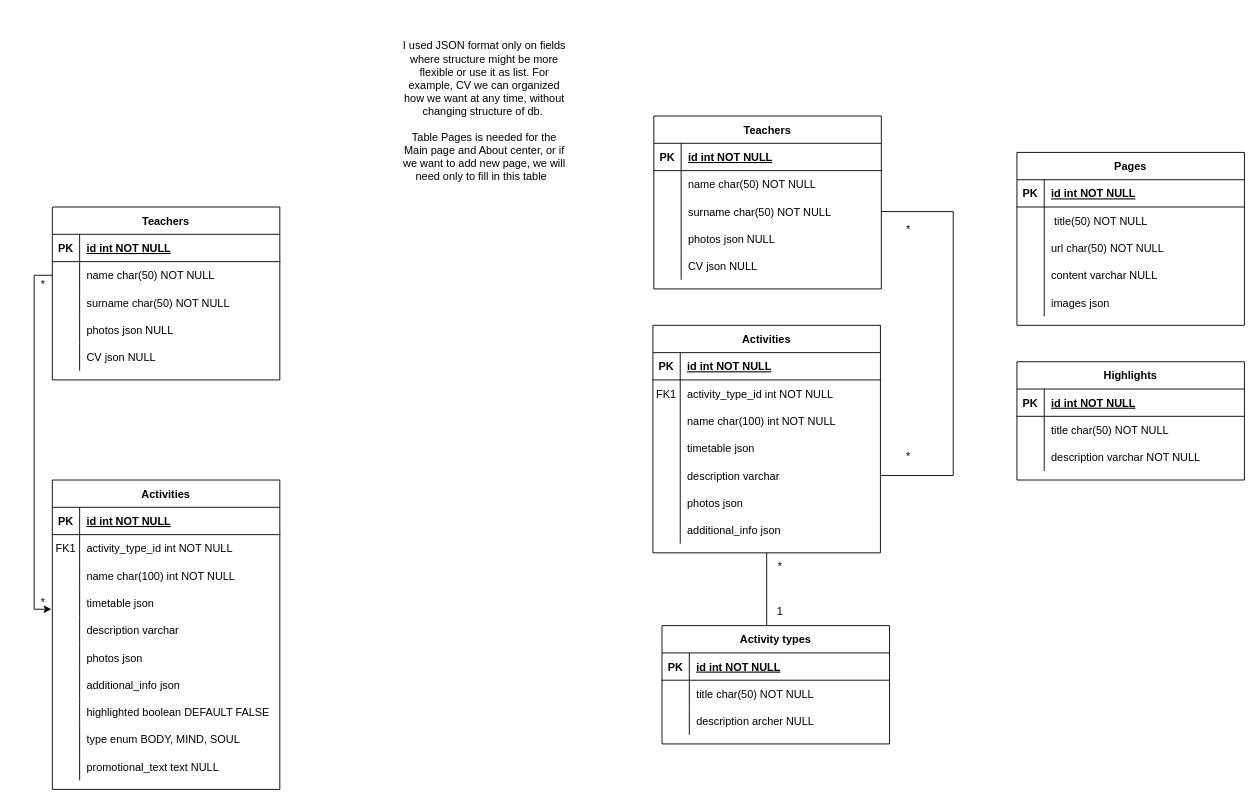
Before: Updated ERD.drawio in NakatoTeshika/Hypermedia-ERD, a draw.io diagram. Source tidied: cells renumbered, new cells numbered last; positions are measured from the earlier drawing's top-left corner, leaving out a move shared by most shapes. Both pictures are drawn from the tidied source at 91%, with x=0, y=0 at pixel (15, 15).
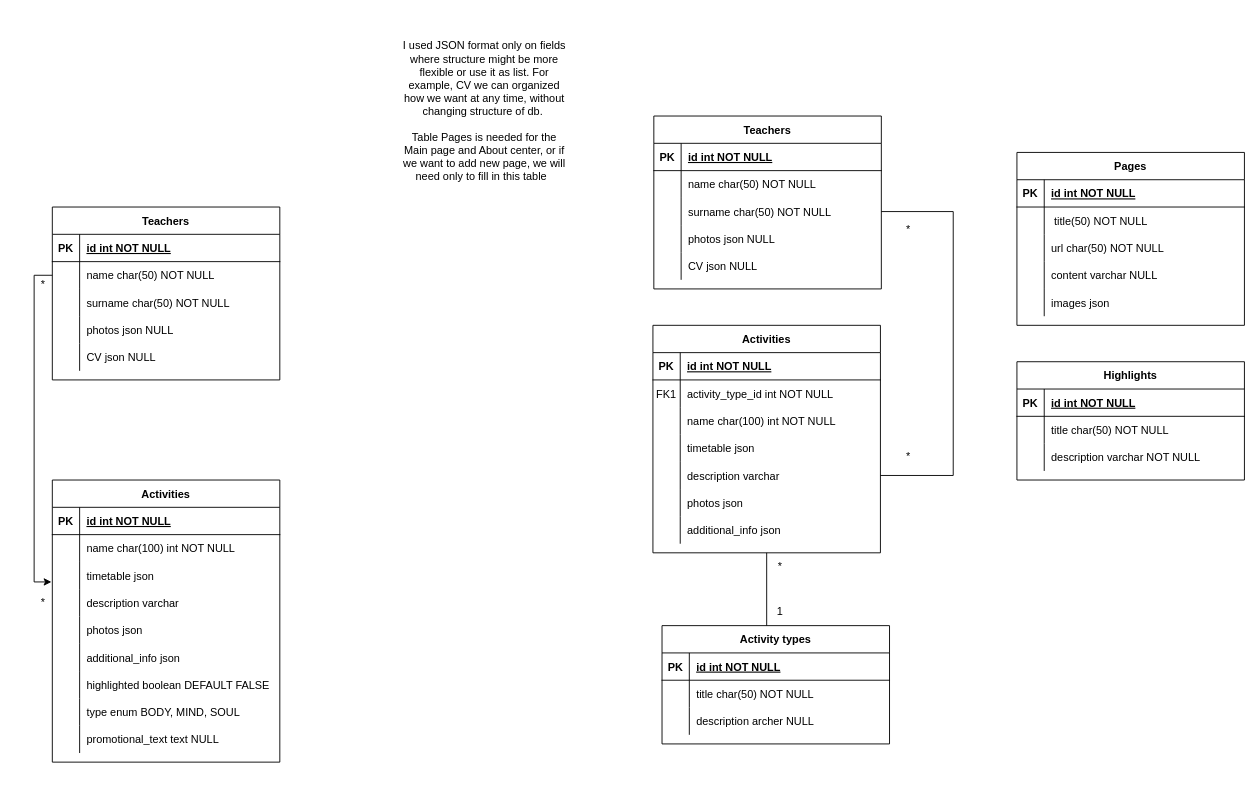
The same diagram, later.

What changed in the source:
```diff
@@
     <mxCell id="83" value="Activities" style="shape=table;startSize=30;childLayout=tableLayout;rowLines=0;fontStyle=1;align=center;" parent="1" vertex="1">
-      <mxGeometry x="40" y="510" width="250" height="340" as="geometry" />
+      <mxGeometry x="40" y="510" width="250" height="310" as="geometry" />
     </mxCell>
@@
-    <mxCell id="87" style="shape=partialRectangle;fillColor=none;top=0;left=0;right=0;bottom=0;" parent="83" vertex="1">
-      <mxGeometry y="60" width="250" height="30" as="geometry" />
-    </mxCell>
-    <mxCell id="88" value="FK1" style="shape=partialRectangle;overflow=hidden;fillColor=none;top=0;left=0;bottom=0;right=0;" parent="87" vertex="1">
-      <mxGeometry width="30" height="30" as="geometry" />
-    </mxCell>
-    <mxCell id="89" value="activity_type_id int NOT NULL" style="shape=partialRectangle;overflow=hidden;fillColor=none;top=0;left=0;bottom=0;right=0;align=left;spacingLeft=6;" parent="87" vertex="1">
-      <mxGeometry x="30" width="220" height="30" as="geometry" />
-    </mxCell>
     <mxCell id="90" style="shape=partialRectangle;fillColor=none;top=0;left=0;right=0;bottom=0;" parent="83" vertex="1">
-      <mxGeometry y="90" width="250" height="30" as="geometry" />
+      <mxGeometry y="60" width="250" height="30" as="geometry" />
     </mxCell>
@@
     <mxCell id="93" style="shape=partialRectangle;fillColor=none;points=[[0,0.5],[1,0.5]];portConstraint=eastwest;top=0;left=0;right=0;bottom=0;" parent="83" vertex="1">
-      <mxGeometry y="120" width="250" height="30" as="geometry" />
+      <mxGeometry y="90" width="250" height="30" as="geometry" />
     </mxCell>
@@
     <mxCell id="96" style="shape=partialRectangle;fillColor=none;top=0;left=0;right=0;bottom=0;" parent="83" vertex="1">
-      <mxGeometry y="150" width="250" height="30" as="geometry" />
+      <mxGeometry y="120" width="250" height="30" as="geometry" />
     </mxCell>
@@
     <mxCell id="99" style="shape=partialRectangle;fillColor=none;top=0;left=0;right=0;bottom=0;" parent="83" vertex="1">
-      <mxGeometry y="180" width="250" height="30" as="geometry" />
+      <mxGeometry y="150" width="250" height="30" as="geometry" />
     </mxCell>
@@
     <mxCell id="102" style="shape=partialRectangle;fillColor=none;top=0;left=0;right=0;bottom=0;" parent="83" vertex="1">
-      <mxGeometry y="210" width="250" height="30" as="geometry" />
+      <mxGeometry y="180" width="250" height="30" as="geometry" />
     </mxCell>
@@
     <mxCell id="105" style="shape=partialRectangle;fillColor=none;top=0;left=0;right=0;bottom=0;" parent="83" vertex="1">
-      <mxGeometry y="240" width="250" height="30" as="geometry" />
+      <mxGeometry y="210" width="250" height="30" as="geometry" />
     </mxCell>
@@
     <mxCell id="108" style="shape=partialRectangle;fillColor=none;top=0;left=0;right=0;bottom=0;" parent="83" vertex="1">
-      <mxGeometry y="270" width="250" height="30" as="geometry" />
+      <mxGeometry y="240" width="250" height="30" as="geometry" />
     </mxCell>
@@
     <mxCell id="111" style="shape=partialRectangle;fillColor=none;top=0;left=0;right=0;bottom=0;" parent="83" vertex="1">
-      <mxGeometry y="300" width="250" height="30" as="geometry" />
+      <mxGeometry y="270" width="250" height="30" as="geometry" />
     </mxCell>
```
